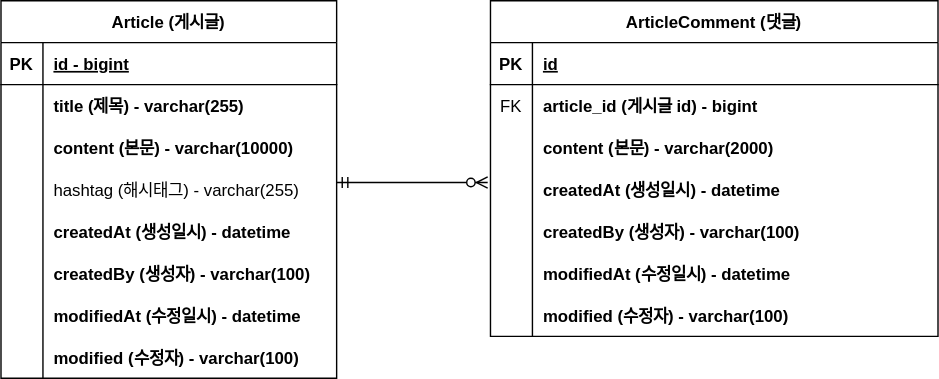
Earlier version of the draw.io export document/project-board-erd.svg (kevgitpf/boardpractice). Source tidied: cells renumbered, new cells last; positions are measured from the earlier drawing's top-left corner, leaving out a move shared by most shapes.
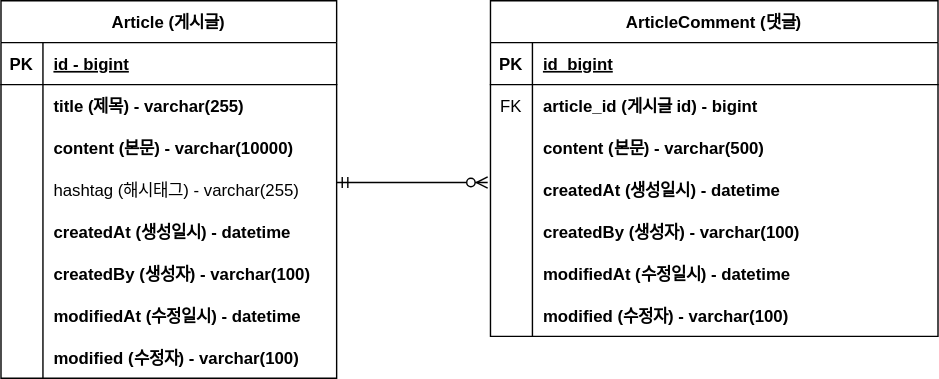
The same file after the commit.

Commit message:
#10 - erd 업데이트: content 사이즈 변경

What changed in the source:
```diff
@@ -86,7 +86,7 @@
     <mxCell id="29" value="PK" style="shape=partialRectangle;fillColor=none;top=0;left=0;bottom=0;right=0;fontStyle=1;overflow=hidden;" parent="28" vertex="1">
       <mxGeometry width="30" height="30" as="geometry" />
     </mxCell>
-    <mxCell id="30" value="id" style="shape=partialRectangle;fillColor=none;top=0;left=0;bottom=0;right=0;align=left;spacingLeft=6;fontStyle=5;overflow=hidden;" parent="28" vertex="1">
+    <mxCell id="30" value="id_bigint" style="shape=partialRectangle;fillColor=none;top=0;left=0;bottom=0;right=0;align=left;spacingLeft=6;fontStyle=5;overflow=hidden;" parent="28" vertex="1">
       <mxGeometry x="30" width="290" height="30" as="geometry" />
     </mxCell>
     <mxCell id="31" style="shape=tableRow;horizontal=0;startSize=0;swimlaneHead=0;swimlaneBody=0;fillColor=none;top=0;left=0;right=0;bottom=0;" parent="27" vertex="1">
@@ -104,7 +104,7 @@
     <mxCell id="35" style="shape=partialRectangle;fillColor=none;top=0;left=0;bottom=0;right=0;overflow=hidden;" parent="34" vertex="1">
       <mxGeometry width="30" height="30" as="geometry" />
     </mxCell>
-    <mxCell id="36" value="content (본문) - varchar(2000)" style="shape=partialRectangle;fillColor=none;top=0;left=0;bottom=0;right=0;align=left;spacingLeft=6;overflow=hidden;fontStyle=1;" parent="34" vertex="1">
+    <mxCell id="36" value="content (본문) - varchar(500)" style="shape=partialRectangle;fillColor=none;top=0;left=0;bottom=0;right=0;align=left;spacingLeft=6;overflow=hidden;fontStyle=1;" parent="34" vertex="1">
       <mxGeometry x="30" width="290" height="30" as="geometry" />
     </mxCell>
     <mxCell id="37" style="shape=tableRow;horizontal=0;startSize=0;swimlaneHead=0;swimlaneBody=0;fillColor=none;top=0;left=0;right=0;bottom=0;" parent="27" vertex="1">
```
